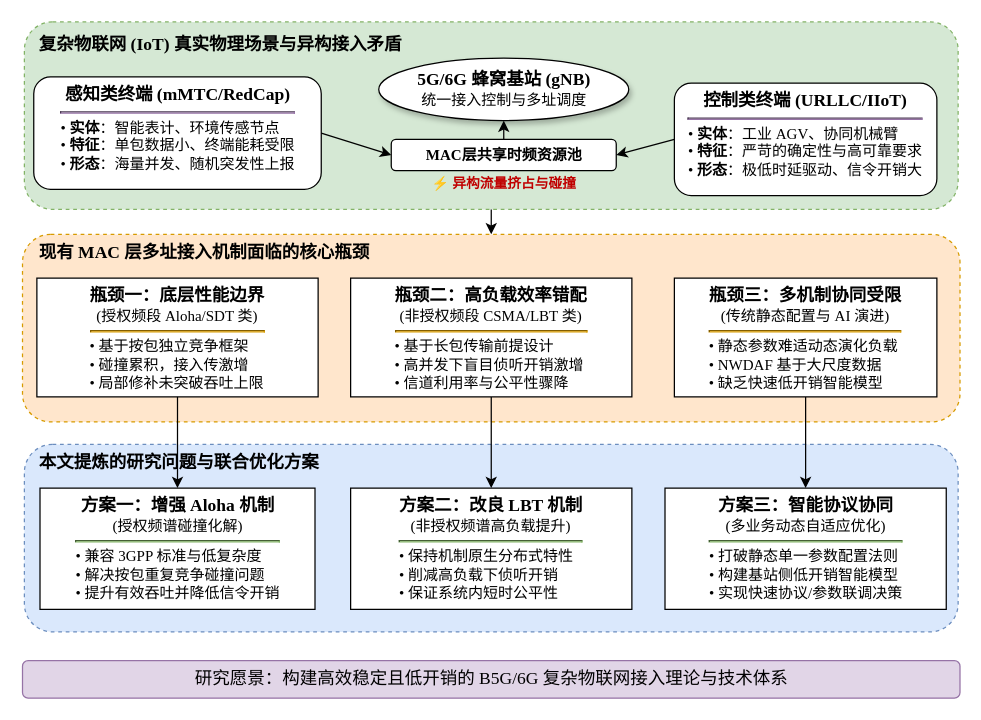
This is page "问题背景:IOT现状挑战" (3 of 13) of drawio流程框图.drawio from Aworrier/zzzwl-big_paper, a draw.io file, before an edit. Source tidied: cells renumbered, new cells numbered last; positions are measured from the earlier drawing's top-left corner, leaving out a move shared by most shapes. Both pictures are drawn from the tidied source at 125%, with x=0, y=0 at pixel (21, 21).
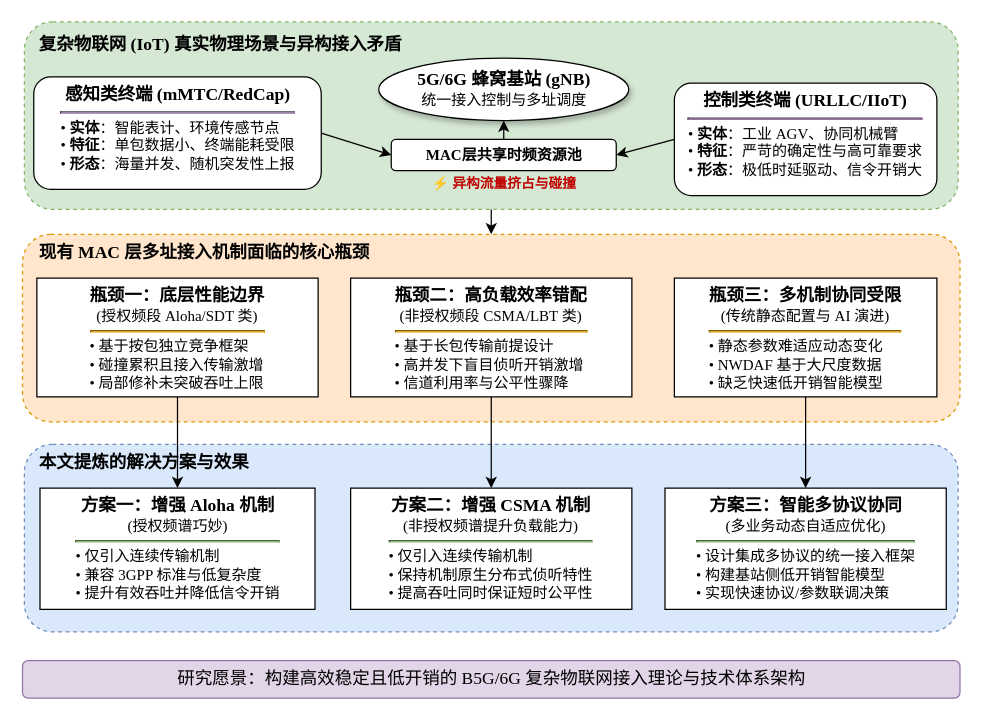
Above is the later version.

The change refers to these unchanged cells:
```xml
<mxCell id="2" style="group;labelBackgroundColor=none;html=1;convertToSvg=1;autosizeText=1;" parent="1" vertex="1">
  <mxGeometry x="0.5" width="750" height="541" as="geometry" />
</mxCell>
```

Diff of the diagram source:
```diff
@@
-    <mxCell id="8" value="&lt;b style=&quot;font-size: 14px;&quot;&gt;瓶颈一：底层性能边界&lt;/b&gt;&lt;br&gt;&lt;span style=&quot;font-size: 12px;&quot;&gt;(授权频段 Aloha/SDT 类)&lt;/span&gt;&lt;hr style=&quot;border-color:#d79b00;margin-top:4px;margin-bottom:4px;&quot;&gt;&lt;div style=&quot;font-size: 12px; text-align: left;&quot;&gt;• 基于按包独立竞争框架&lt;br&gt;• 碰撞累积，接入传激增&lt;br&gt;• 局部修补未突破吞吐上限&lt;/div&gt;" style="rounded=0;whiteSpace=wrap;html=1;align=center;verticalAlign=top;paddingTop=5;paddingLeft=8;paddingRight=8;fontFamily=Times New Roman, SimSun;labelBackgroundColor=none;" parent="2" vertex="1">
+    <mxCell id="8" value="&lt;b style=&quot;font-size: 14px;&quot;&gt;瓶颈一：底层性能边界&lt;/b&gt;&lt;br&gt;&lt;span style=&quot;font-size: 12px;&quot;&gt;(授权频段 Aloha/SDT 类)&lt;/span&gt;&lt;hr style=&quot;border-color:#d79b00;margin-top:4px;margin-bottom:4px;&quot;&gt;&lt;div style=&quot;font-size: 12px; text-align: left;&quot;&gt;• 基于按包独立竞争框架&lt;br&gt;• 碰撞累积且接入传输激增&lt;br&gt;• 局部修补未突破吞吐上限&lt;/div&gt;" style="rounded=0;whiteSpace=wrap;html=1;align=center;verticalAlign=top;paddingTop=5;paddingLeft=8;paddingRight=8;fontFamily=Times New Roman, SimSun;labelBackgroundColor=none;" parent="2" vertex="1">
       <mxGeometry x="11.5" y="205" width="225" height="95" as="geometry" />
     </mxCell>
@@
-    <mxCell id="10" value="&lt;b style=&quot;font-size: 14px;&quot;&gt;瓶颈三：多机制协同受限&lt;/b&gt;&lt;br&gt;&lt;span style=&quot;font-size: 12px;&quot;&gt;(传统静态配置与 AI 演进)&lt;/span&gt;&lt;hr style=&quot;border-color:#d79b00;margin-top:4px;margin-bottom:4px;&quot;&gt;&lt;div style=&quot;font-size: 12px; text-align: left;&quot;&gt;• 静态参数难适动态演化负载&lt;br&gt;• NWDAF 基于大尺度数据&lt;br&gt;• 缺乏快速低开销智能模型&lt;/div&gt;" style="rounded=0;whiteSpace=wrap;html=1;align=center;verticalAlign=top;paddingTop=5;paddingLeft=8;paddingRight=8;fontFamily=Times New Roman, SimSun;labelBackgroundColor=none;" parent="2" vertex="1">
+    <mxCell id="10" value="&lt;b style=&quot;font-size: 14px;&quot;&gt;瓶颈三：多机制协同受限&lt;/b&gt;&lt;br&gt;&lt;span style=&quot;font-size: 12px;&quot;&gt;(传统静态配置与 AI 演进)&lt;/span&gt;&lt;hr style=&quot;border-color:#d79b00;margin-top:4px;margin-bottom:4px;&quot;&gt;&lt;div style=&quot;font-size: 12px; text-align: left;&quot;&gt;• 静态参数难适应动态变化&lt;br&gt;• NWDAF 基于大尺度数据&lt;br&gt;• 缺乏快速低开销智能模型&lt;/div&gt;" style="rounded=0;whiteSpace=wrap;html=1;align=center;verticalAlign=top;paddingTop=5;paddingLeft=8;paddingRight=8;fontFamily=Times New Roman, SimSun;labelBackgroundColor=none;" parent="2" vertex="1">
       <mxGeometry x="521.5" y="205" width="210" height="95" as="geometry" />
     </mxCell>
@@
-    <mxCell id="12" value="&lt;b style=&quot;font-size: 14px;&quot;&gt;本文提炼的研究问题与联合优化方案&lt;/b&gt;" style="text;html=1;strokeColor=none;fillColor=none;align=left;verticalAlign=middle;whiteSpace=wrap;rounded=0;fontFamily=Times New Roman, SimSun;labelBackgroundColor=none;" parent="2" vertex="1">
+    <mxCell id="12" value="&lt;b style=&quot;font-size: 14px;&quot;&gt;本文提炼的解决方案与效果&lt;/b&gt;" style="text;html=1;strokeColor=none;fillColor=none;align=left;verticalAlign=middle;whiteSpace=wrap;rounded=0;fontFamily=Times New Roman, SimSun;labelBackgroundColor=none;" parent="2" vertex="1">
       <mxGeometry x="11.5" y="343" width="400" height="20" as="geometry" />
     </mxCell>
@@
-    <mxCell id="14" value="&lt;b style=&quot;font-size: 14px;&quot;&gt;方案一：增强 Aloha 机制&lt;/b&gt;&lt;br&gt;&lt;span style=&quot;font-size: 12px;&quot;&gt;(授权频谱碰撞化解)&lt;/span&gt;&lt;hr style=&quot;border-color:#82b366;margin-top:4px;margin-bottom:4px;&quot;&gt;&lt;div style=&quot;font-size: 12px; text-align: left;&quot;&gt;• 兼容 3GPP 标准与低复杂度&lt;br&gt;• 解决按包重复竞争碰撞问题&lt;br&gt;• 提升有效吞吐并降低信令开销&lt;/div&gt;" style="rounded=0;whiteSpace=wrap;html=1;align=center;verticalAlign=top;paddingTop=5;paddingLeft=8;paddingRight=8;fontFamily=Times New Roman, SimSun;labelBackgroundColor=none;" parent="2" vertex="1">
+    <mxCell id="14" value="&lt;b style=&quot;font-size: 14px;&quot;&gt;方案一：增强 Aloha 机制&lt;/b&gt;&lt;br&gt;&lt;span style=&quot;font-size: 12px;&quot;&gt;(授权频谱巧妙)&lt;/span&gt;&lt;hr style=&quot;border-color:#82b366;margin-top:4px;margin-bottom:4px;&quot;&gt;&lt;div style=&quot;font-size: 12px; text-align: left;&quot;&gt;•&amp;nbsp;&lt;span style=&quot;background-color: transparent; color: light-dark(rgb(0, 0, 0), rgb(255, 255, 255));&quot;&gt;仅引入连续传输机制&lt;/span&gt;&lt;/div&gt;&lt;div style=&quot;font-size: 12px; text-align: left;&quot;&gt;• 兼容 3GPP 标准与低复杂度&lt;br&gt;• 提升有效吞吐并降低信令开销&lt;/div&gt;" style="rounded=0;whiteSpace=wrap;html=1;align=center;verticalAlign=top;paddingTop=5;paddingLeft=8;paddingRight=8;fontFamily=Times New Roman, SimSun;labelBackgroundColor=none;" parent="2" vertex="1">
       <mxGeometry x="14" y="373" width="220" height="97" as="geometry" />
     </mxCell>
@@
-    <mxCell id="16" value="&lt;b style=&quot;font-size: 14px;&quot;&gt;方案二：改良 LBT 机制&lt;/b&gt;&lt;br&gt;&lt;span style=&quot;font-size: 12px;&quot;&gt;(非授权频谱高负载提升)&lt;/span&gt;&lt;hr style=&quot;border-color:#82b366;margin-top:4px;margin-bottom:4px;&quot;&gt;&lt;div style=&quot;font-size: 12px; text-align: left;&quot;&gt;• 保持机制原生分布式特性&lt;br&gt;• 削减高负载下侦听开销&lt;br&gt;• 保证系统内短时公平性&lt;/div&gt;" style="rounded=0;whiteSpace=wrap;html=1;align=center;verticalAlign=top;paddingTop=5;paddingLeft=8;paddingRight=8;fontFamily=Times New Roman, SimSun;labelBackgroundColor=none;" parent="2" vertex="1">
+    <mxCell id="16" value="&lt;b style=&quot;font-size: 14px;&quot;&gt;方案二：增强 CSMA 机制&lt;/b&gt;&lt;br&gt;&lt;span style=&quot;font-size: 12px;&quot;&gt;(非授权频谱提升负载能力)&lt;/span&gt;&lt;hr style=&quot;border-color:#82b366;margin-top:4px;margin-bottom:4px;&quot;&gt;&lt;div style=&quot;font-size: 12px; text-align: left;&quot;&gt;• 仅引入连续传输机制&lt;br&gt;• 保持机制原生分布式侦听特性&lt;br&gt;•&amp;nbsp;&lt;span style=&quot;background-color: transparent; color: light-dark(rgb(0, 0, 0), rgb(255, 255, 255));&quot;&gt;提高吞吐同时&lt;/span&gt;&lt;span style=&quot;background-color: transparent; color: light-dark(rgb(0, 0, 0), rgb(255, 255, 255));&quot;&gt;保证短时公平性&lt;/span&gt;&lt;/div&gt;" style="rounded=0;whiteSpace=wrap;html=1;align=center;verticalAlign=top;paddingTop=5;paddingLeft=8;paddingRight=8;fontFamily=Times New Roman, SimSun;labelBackgroundColor=none;" parent="2" vertex="1">
       <mxGeometry x="262.5" y="373" width="225" height="97" as="geometry" />
     </mxCell>
@@
-    <mxCell id="18" value="&lt;b style=&quot;font-size: 14px;&quot;&gt;方案三：智能协议协同&lt;/b&gt;&lt;br&gt;&lt;span style=&quot;font-size: 12px;&quot;&gt;(多业务动态自适应优化)&lt;/span&gt;&lt;hr style=&quot;border-color:#82b366;margin-top:4px;margin-bottom:4px;&quot;&gt;&lt;div style=&quot;font-size: 12px; text-align: left;&quot;&gt;• 打破静态单一参数配置法则&lt;br&gt;• 构建基站侧低开销智能模型&lt;br&gt;• 实现快速协议/参数联调决策&lt;/div&gt;" style="rounded=0;whiteSpace=wrap;html=1;align=center;verticalAlign=top;paddingTop=5;paddingLeft=8;paddingRight=8;fontFamily=Times New Roman, SimSun;labelBackgroundColor=none;" parent="2" vertex="1">
+    <mxCell id="18" value="&lt;b style=&quot;font-size: 14px;&quot;&gt;方案三：智能多协议协同&lt;/b&gt;&lt;br&gt;&lt;span style=&quot;font-size: 12px;&quot;&gt;(多业务动态自适应优化)&lt;/span&gt;&lt;hr style=&quot;border-color:#82b366;margin-top:4px;margin-bottom:4px;&quot;&gt;&lt;div style=&quot;font-size: 12px; text-align: left;&quot;&gt;• 设计&lt;span style=&quot;background-color: transparent; color: light-dark(rgb(0, 0, 0), rgb(255, 255, 255));&quot;&gt;集成&lt;/span&gt;&lt;span style=&quot;background-color: transparent; color: light-dark(rgb(0, 0, 0), rgb(255, 255, 255));&quot;&gt;多协议的统一接入框架&lt;/span&gt;&lt;/div&gt;&lt;div style=&quot;font-size: 12px; text-align: left;&quot;&gt;• 构建基站侧低开销智能模型&lt;br&gt;• 实现快速协议/参数联调决策&lt;/div&gt;" style="rounded=0;whiteSpace=wrap;html=1;align=center;verticalAlign=top;paddingTop=5;paddingLeft=8;paddingRight=8;fontFamily=Times New Roman, SimSun;labelBackgroundColor=none;" parent="2" vertex="1">
       <mxGeometry x="514" y="373" width="225" height="97" as="geometry" />
     </mxCell>
-    <mxCell id="19" value="&lt;span style=&quot;font-size: 14px;&quot;&gt;研究愿景：构建高效稳定且低开销的 B5G/6G 复杂物联网接入理论与技术体系&lt;/span&gt;" style="rounded=1;whiteSpace=wrap;html=1;shadow=0;fontFamily=Times New Roman, SimSun;labelBackgroundColor=none;fillColor=#e1d5e7;strokeColor=#9673a6;" parent="2" vertex="1">
+    <mxCell id="19" value="&lt;span style=&quot;font-size: 14px;&quot;&gt;研究愿景：构建高效稳定且低开销的 B5G/6G 复杂物联网接入理论与技术体系架构&lt;/span&gt;" style="rounded=1;whiteSpace=wrap;html=1;shadow=0;fontFamily=Times New Roman, SimSun;labelBackgroundColor=none;fillColor=#e1d5e7;strokeColor=#9673a6;" parent="2" vertex="1">
       <mxGeometry y="511" width="750" height="30" as="geometry" />
     </mxCell>
```
